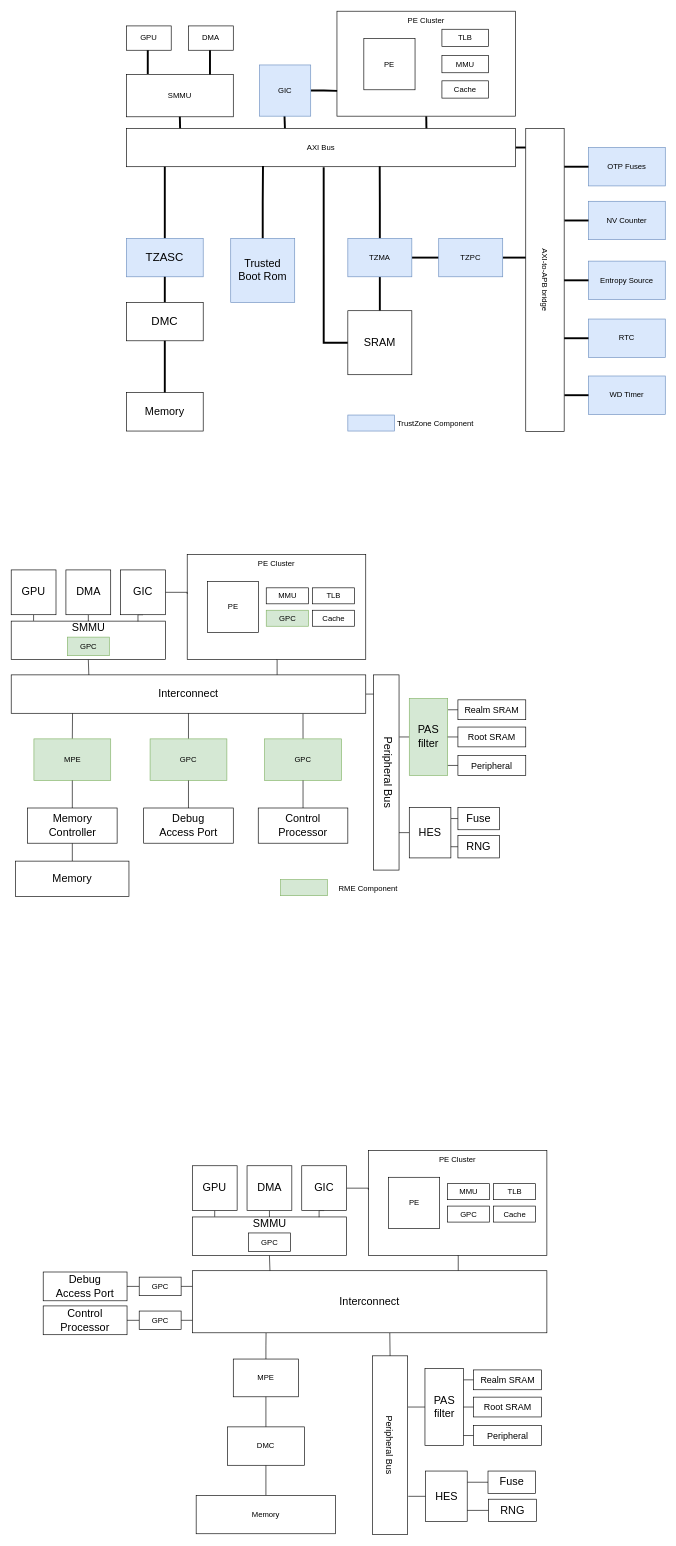
EdisonE3/vue_learn keeps this draw.io diagram as p3.drawio. Above is the earlier version. Source tidied: cells renumbered, new cells numbered last; positions are measured from the earlier drawing's top-left corner, leaving out a move shared by most shapes. Both pictures are drawn from the tidied source at 64%, with x=0, y=0 at pixel (11, 11).
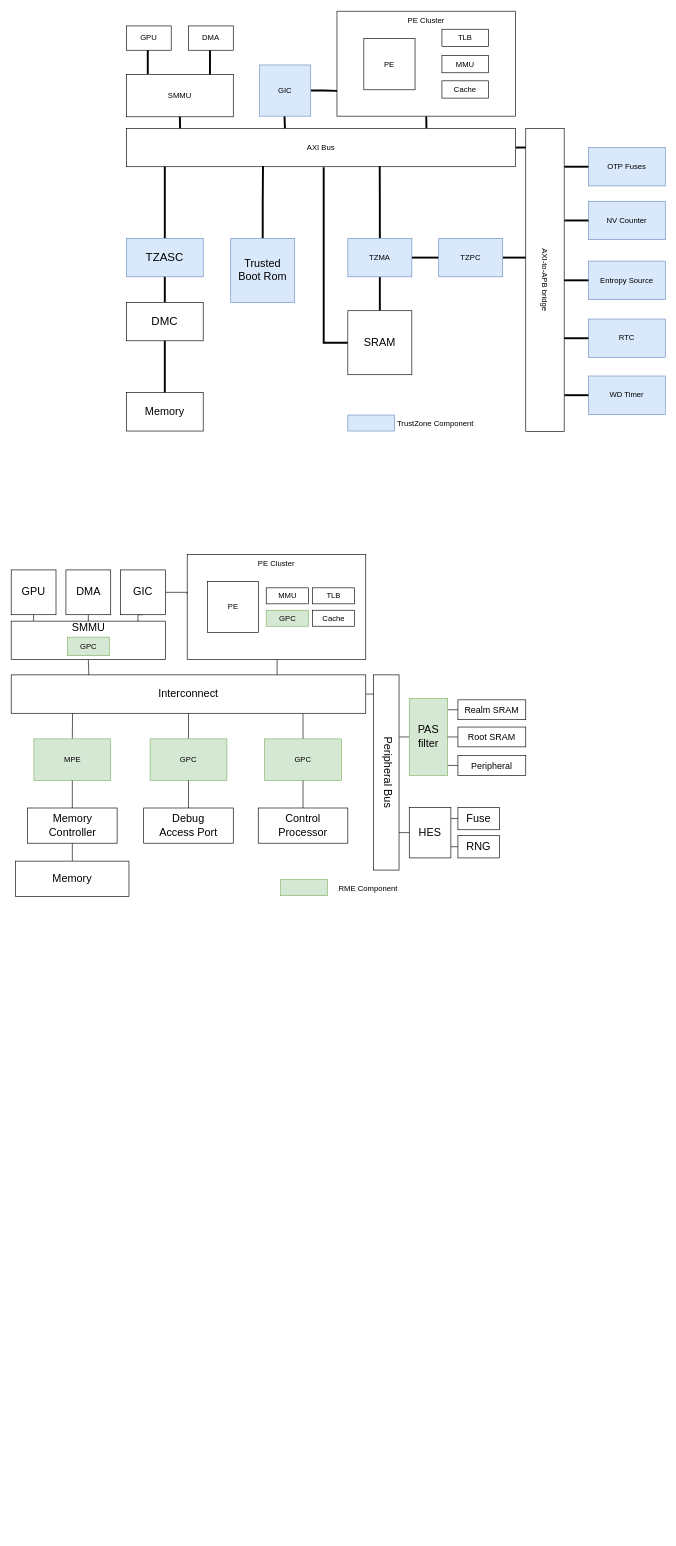
The same page after the edit.

Change to the diagram source:
```diff
@@
-    <mxCell id="89" style="edgeStyle=orthogonalEdgeStyle;rounded=0;jettySize=auto;html=1;exitX=0.5;exitY=1;exitDx=0;exitDy=0;entryX=0.219;entryY=0.009;entryDx=0;entryDy=0;entryPerimeter=0;fontSize=17;endArrow=none;endFill=0;" parent="1" edge="1" source="90" target="108">
-      <mxGeometry relative="1" as="geometry" />
-    </mxCell>
-    <mxCell id="90" style="rounded=0;whiteSpace=wrap;html=1;fontSize=17;" parent="1" vertex="1">
-      <mxGeometry x="283" y="1884" width="241" height="60" as="geometry" />
-    </mxCell>
-    <mxCell id="91" style="edgeStyle=orthogonalEdgeStyle;rounded=0;jettySize=auto;html=1;exitX=0.5;exitY=1;exitDx=0;exitDy=0;entryX=0.75;entryY=0;entryDx=0;entryDy=0;fontSize=17;endArrow=none;endFill=0;" parent="1" edge="1" source="92" target="108">
-      <mxGeometry relative="1" as="geometry" />
-    </mxCell>
-    <mxCell id="92" style="rounded=0;whiteSpace=wrap;html=1;" parent="1" vertex="1">
-      <mxGeometry x="558" y="1780" width="279" height="164" as="geometry" />
-    </mxCell>
-    <mxCell id="93" value="PE" style="whiteSpace=wrap;html=1;" parent="1" vertex="1">
-      <mxGeometry x="589.5" y="1822" width="80" height="80" as="geometry" />
-    </mxCell>
-    <mxCell id="94" value="MMU" style="rounded=0;whiteSpace=wrap;html=1;" parent="1" vertex="1">
-      <mxGeometry x="681.5" y="1832" width="66" height="25" as="geometry" />
-    </mxCell>
-    <mxCell id="95" value="PE Cluster" style="text;html=1;strokeColor=none;fillColor=none;align=center;verticalAlign=middle;whiteSpace=wrap;rounded=0;" parent="1" vertex="1">
-      <mxGeometry x="654" y="1780" width="87" height="30" as="geometry" />
-    </mxCell>
-    <mxCell id="96" value="TLB" style="rounded=0;whiteSpace=wrap;html=1;" parent="1" vertex="1">
-      <mxGeometry x="753.5" y="1832" width="66" height="25" as="geometry" />
-    </mxCell>
-    <mxCell id="97" value="GPC" style="rounded=0;whiteSpace=wrap;html=1;" parent="1" vertex="1">
-      <mxGeometry x="681.5" y="1867" width="66" height="25" as="geometry" />
-    </mxCell>
-    <mxCell id="98" value="Cache" style="rounded=0;whiteSpace=wrap;html=1;" parent="1" vertex="1">
-      <mxGeometry x="753.5" y="1867" width="66" height="25" as="geometry" />
-    </mxCell>
-    <mxCell id="99" value="GPC" style="rounded=0;whiteSpace=wrap;html=1;" parent="1" vertex="1">
-      <mxGeometry x="370.8" y="1909" width="65.5" height="29" as="geometry" />
-    </mxCell>
-    <mxCell id="100" value="SMMU" style="text;html=1;strokeColor=none;fillColor=none;align=center;verticalAlign=middle;whiteSpace=wrap;rounded=0;fontSize=17;" parent="1" vertex="1">
-      <mxGeometry x="363.8" y="1884" width="79.5" height="21" as="geometry" />
-    </mxCell>
-    <mxCell id="101" style="edgeStyle=orthogonalEdgeStyle;rounded=0;jettySize=auto;html=1;exitX=0.5;exitY=1;exitDx=0;exitDy=0;entryX=0.145;entryY=-0.007;entryDx=0;entryDy=0;entryPerimeter=0;fontSize=17;endArrow=none;endFill=0;" parent="1" edge="1" source="102" target="90">
-      <mxGeometry relative="1" as="geometry" />
-    </mxCell>
-    <mxCell id="102" value="GPU" style="whiteSpace=wrap;html=1;fontSize=17;" parent="1" vertex="1">
-      <mxGeometry x="283" y="1804" width="70" height="70" as="geometry" />
-    </mxCell>
-    <mxCell id="103" style="edgeStyle=orthogonalEdgeStyle;rounded=0;jettySize=auto;html=1;exitX=0.5;exitY=1;exitDx=0;exitDy=0;entryX=0.5;entryY=0;entryDx=0;entryDy=0;fontSize=17;endArrow=none;endFill=0;" parent="1" edge="1" source="104" target="100">
-      <mxGeometry relative="1" as="geometry" />
-    </mxCell>
-    <mxCell id="104" value="DMA" style="whiteSpace=wrap;html=1;fontSize=17;" parent="1" vertex="1">
-      <mxGeometry x="368.5" y="1804" width="70" height="70" as="geometry" />
-    </mxCell>
-    <mxCell id="105" style="edgeStyle=orthogonalEdgeStyle;rounded=0;jettySize=auto;html=1;exitX=1;exitY=0.5;exitDx=0;exitDy=0;entryX=0;entryY=0.374;entryDx=0;entryDy=0;entryPerimeter=0;fontSize=17;endArrow=none;endFill=0;" parent="1" edge="1" source="107" target="92">
-      <mxGeometry relative="1" as="geometry" />
-    </mxCell>
-    <mxCell id="106" style="edgeStyle=orthogonalEdgeStyle;rounded=0;jettySize=auto;html=1;exitX=0.5;exitY=1;exitDx=0;exitDy=0;entryX=0.822;entryY=0.006;entryDx=0;entryDy=0;entryPerimeter=0;fontSize=17;endArrow=none;endFill=0;" parent="1" edge="1" source="107" target="90">
-      <mxGeometry relative="1" as="geometry" />
-    </mxCell>
-    <mxCell id="107" value="GIC" style="whiteSpace=wrap;html=1;fontSize=17;" parent="1" vertex="1">
-      <mxGeometry x="454" y="1804" width="70" height="70" as="geometry" />
-    </mxCell>
-    <mxCell id="108" value="Interconnect" style="rounded=0;whiteSpace=wrap;html=1;fontSize=17;" parent="1" vertex="1">
-      <mxGeometry x="283" y="1968" width="554" height="97" as="geometry" />
-    </mxCell>
-    <mxCell id="109" value="Debug &lt;br&gt;Access Port" style="rounded=0;whiteSpace=wrap;html=1;fontSize=17;" parent="1" vertex="1">
-      <mxGeometry x="50" y="1970" width="131" height="45" as="geometry" />
-    </mxCell>
-    <mxCell id="110" style="edgeStyle=orthogonalEdgeStyle;rounded=0;jettySize=auto;html=1;exitX=0.5;exitY=0;exitDx=0;exitDy=0;entryX=0.208;entryY=1.003;entryDx=0;entryDy=0;entryPerimeter=0;fontSize=14;endArrow=none;endFill=0;" parent="1" edge="1" source="111" target="108">
-      <mxGeometry relative="1" as="geometry" />
-    </mxCell>
-    <mxCell id="111" value="MPE" style="rounded=0;whiteSpace=wrap;html=1;" parent="1" vertex="1">
-      <mxGeometry x="347" y="2106" width="102" height="59" as="geometry" />
-    </mxCell>
-    <mxCell id="112" style="edgeStyle=orthogonalEdgeStyle;rounded=0;jettySize=auto;html=1;exitX=0.5;exitY=1;exitDx=0;exitDy=0;entryX=1.009;entryY=0.287;entryDx=0;entryDy=0;entryPerimeter=0;fontSize=14;endArrow=none;endFill=0;" parent="1" edge="1" source="113" target="134">
-      <mxGeometry relative="1" as="geometry" />
-    </mxCell>
-    <mxCell id="113" value="PAS filter" style="rounded=0;whiteSpace=wrap;html=1;fontSize=17;direction=south;" parent="1" vertex="1">
-      <mxGeometry x="646.5" y="2121" width="60" height="120" as="geometry" />
-    </mxCell>
-    <mxCell id="114" style="edgeStyle=orthogonalEdgeStyle;rounded=0;jettySize=auto;html=1;exitX=0;exitY=0.5;exitDx=0;exitDy=0;entryX=1.016;entryY=0.786;entryDx=0;entryDy=0;entryPerimeter=0;fontSize=14;endArrow=none;endFill=0;" parent="1" edge="1" source="115" target="134">
-      <mxGeometry relative="1" as="geometry" />
-    </mxCell>
-    <mxCell id="115" value="HES" style="rounded=0;whiteSpace=wrap;html=1;fontSize=17;" parent="1" vertex="1">
-      <mxGeometry x="647.5" y="2281" width="65" height="79" as="geometry" />
-    </mxCell>
-    <mxCell id="116" style="edgeStyle=orthogonalEdgeStyle;rounded=0;jettySize=auto;html=1;exitX=0;exitY=0.5;exitDx=0;exitDy=0;entryX=0.146;entryY=-0.009;entryDx=0;entryDy=0;entryPerimeter=0;fontSize=14;endArrow=none;endFill=0;" parent="1" edge="1" source="117" target="113">
-      <mxGeometry relative="1" as="geometry" />
-    </mxCell>
-    <mxCell id="117" value="&lt;font style=&quot;font-size: 14px;&quot;&gt;Realm SRAM&lt;/font&gt;" style="rounded=0;whiteSpace=wrap;html=1;fontSize=17;" parent="1" vertex="1">
-      <mxGeometry x="722.5" y="2123" width="106" height="31" as="geometry" />
-    </mxCell>
-    <mxCell id="118" style="edgeStyle=orthogonalEdgeStyle;rounded=0;jettySize=auto;html=1;exitX=0;exitY=0.5;exitDx=0;exitDy=0;entryX=1.005;entryY=0.214;entryDx=0;entryDy=0;entryPerimeter=0;fontSize=17;endArrow=none;endFill=0;" parent="1" edge="1" source="119" target="115">
-      <mxGeometry relative="1" as="geometry" />
-    </mxCell>
-    <mxCell id="119" value="Fuse" style="rounded=0;whiteSpace=wrap;html=1;fontSize=17;" parent="1" vertex="1">
-      <mxGeometry x="745" y="2281" width="74.5" height="35" as="geometry" />
-    </mxCell>
-    <mxCell id="120" style="edgeStyle=orthogonalEdgeStyle;rounded=0;jettySize=auto;html=1;exitX=0;exitY=0.5;exitDx=0;exitDy=0;entryX=1;entryY=0.783;entryDx=0;entryDy=0;entryPerimeter=0;fontSize=17;endArrow=none;endFill=0;" parent="1" edge="1" source="121" target="115">
-      <mxGeometry relative="1" as="geometry" />
-    </mxCell>
-    <mxCell id="121" value="RNG" style="rounded=0;whiteSpace=wrap;html=1;fontSize=17;" parent="1" vertex="1">
-      <mxGeometry x="746" y="2325" width="74.5" height="35" as="geometry" />
-    </mxCell>
-    <mxCell id="122" style="edgeStyle=orthogonalEdgeStyle;rounded=0;jettySize=auto;html=1;exitX=0;exitY=0.5;exitDx=0;exitDy=0;entryX=0.5;entryY=0;entryDx=0;entryDy=0;fontSize=14;endArrow=none;endFill=0;" parent="1" edge="1" source="123" target="113">
-      <mxGeometry relative="1" as="geometry" />
-    </mxCell>
-    <mxCell id="123" value="&lt;font style=&quot;font-size: 14px;&quot;&gt;Root SRAM&lt;/font&gt;" style="rounded=0;whiteSpace=wrap;html=1;fontSize=17;" parent="1" vertex="1">
-      <mxGeometry x="722.5" y="2165.5" width="106" height="31" as="geometry" />
-    </mxCell>
-    <mxCell id="124" style="edgeStyle=orthogonalEdgeStyle;rounded=0;jettySize=auto;html=1;exitX=0;exitY=0.5;exitDx=0;exitDy=0;entryX=0.874;entryY=-0.005;entryDx=0;entryDy=0;entryPerimeter=0;fontSize=14;endArrow=none;endFill=0;" parent="1" edge="1" source="125" target="113">
-      <mxGeometry relative="1" as="geometry" />
-    </mxCell>
-    <mxCell id="125" value="&lt;font style=&quot;font-size: 14px;&quot;&gt;Peripheral&lt;/font&gt;" style="rounded=0;whiteSpace=wrap;html=1;fontSize=17;" parent="1" vertex="1">
-      <mxGeometry x="722.5" y="2210" width="106" height="31" as="geometry" />
-    </mxCell>
-    <mxCell id="126" style="edgeStyle=orthogonalEdgeStyle;rounded=0;jettySize=auto;html=1;exitX=0;exitY=0.5;exitDx=0;exitDy=0;entryX=1;entryY=0.5;entryDx=0;entryDy=0;fontSize=14;endArrow=none;endFill=0;" parent="1" edge="1" source="128" target="109">
-      <mxGeometry relative="1" as="geometry" />
-    </mxCell>
-    <mxCell id="127" style="edgeStyle=orthogonalEdgeStyle;rounded=0;jettySize=auto;html=1;exitX=1;exitY=0.5;exitDx=0;exitDy=0;entryX=0;entryY=0.25;entryDx=0;entryDy=0;fontSize=14;endArrow=none;endFill=0;" parent="1" edge="1" source="128" target="108">
-      <mxGeometry relative="1" as="geometry" />
-    </mxCell>
-    <mxCell id="128" value="GPC" style="rounded=0;whiteSpace=wrap;html=1;" parent="1" vertex="1">
-      <mxGeometry x="200" y="1978" width="65.5" height="29" as="geometry" />
-    </mxCell>
-    <mxCell id="129" style="edgeStyle=orthogonalEdgeStyle;rounded=0;jettySize=auto;html=1;exitX=0;exitY=0.5;exitDx=0;exitDy=0;entryX=1;entryY=0.5;entryDx=0;entryDy=0;fontSize=14;endArrow=none;endFill=0;" parent="1" edge="1" source="131" target="132">
-      <mxGeometry relative="1" as="geometry" />
-    </mxCell>
-    <mxCell id="130" style="edgeStyle=orthogonalEdgeStyle;rounded=0;jettySize=auto;html=1;exitX=1;exitY=0.5;exitDx=0;exitDy=0;entryX=0;entryY=0.807;entryDx=0;entryDy=0;entryPerimeter=0;fontSize=14;endArrow=none;endFill=0;" parent="1" edge="1" source="131" target="108">
-      <mxGeometry relative="1" as="geometry" />
-    </mxCell>
-    <mxCell id="131" value="GPC" style="rounded=0;whiteSpace=wrap;html=1;" parent="1" vertex="1">
-      <mxGeometry x="200" y="2031" width="65.5" height="29" as="geometry" />
-    </mxCell>
-    <mxCell id="132" value="Control Processor" style="rounded=0;whiteSpace=wrap;html=1;fontSize=17;" parent="1" vertex="1">
-      <mxGeometry x="50" y="2023" width="131" height="45" as="geometry" />
-    </mxCell>
-    <mxCell id="133" style="group;" parent="1" vertex="1">
-      <mxGeometry x="564.5" y="2101" width="55" height="279" as="geometry" />
-    </mxCell>
-    <mxCell id="134" style="rounded=0;whiteSpace=wrap;html=1;fontSize=14;" parent="133" vertex="1">
-      <mxGeometry width="55" height="279" as="geometry" />
-    </mxCell>
-    <mxCell id="135" value="Peripheral Bus" style="text;html=1;strokeColor=none;fillColor=none;align=center;verticalAlign=middle;whiteSpace=wrap;rounded=0;fontSize=14;rotation=90;" parent="133" vertex="1">
-      <mxGeometry x="-34.5" y="124.5" width="124" height="30" as="geometry" />
-    </mxCell>
-    <mxCell id="136" style="edgeStyle=orthogonalEdgeStyle;rounded=0;jettySize=auto;html=1;exitX=0.5;exitY=0;exitDx=0;exitDy=0;entryX=0.5;entryY=1;entryDx=0;entryDy=0;fontSize=14;endArrow=none;endFill=0;" parent="1" edge="1" source="138" target="111">
-      <mxGeometry relative="1" as="geometry" />
-    </mxCell>
-    <mxCell id="137" style="edgeStyle=orthogonalEdgeStyle;rounded=0;jettySize=auto;html=1;exitX=0.5;exitY=1;exitDx=0;exitDy=0;entryX=0.5;entryY=0;entryDx=0;entryDy=0;fontSize=14;endArrow=none;endFill=0;" parent="1" edge="1" source="138" target="139">
-      <mxGeometry relative="1" as="geometry" />
-    </mxCell>
-    <mxCell id="138" value="DMC" style="rounded=0;whiteSpace=wrap;html=1;" parent="1" vertex="1">
-      <mxGeometry x="338" y="2212" width="120" height="60" as="geometry" />
-    </mxCell>
-    <mxCell id="139" value="Memory" style="rounded=0;whiteSpace=wrap;html=1;" parent="1" vertex="1">
-      <mxGeometry x="289" y="2319" width="218" height="60" as="geometry" />
-    </mxCell>
-    <mxCell id="140" style="edgeStyle=orthogonalEdgeStyle;rounded=0;jettySize=auto;html=1;exitX=0.5;exitY=0;exitDx=0;exitDy=0;entryX=0.557;entryY=1.003;entryDx=0;entryDy=0;entryPerimeter=0;fontSize=14;endArrow=none;endFill=0;" parent="1" edge="1" source="134" target="108">
-      <mxGeometry relative="1" as="geometry" />
-    </mxCell>
```
